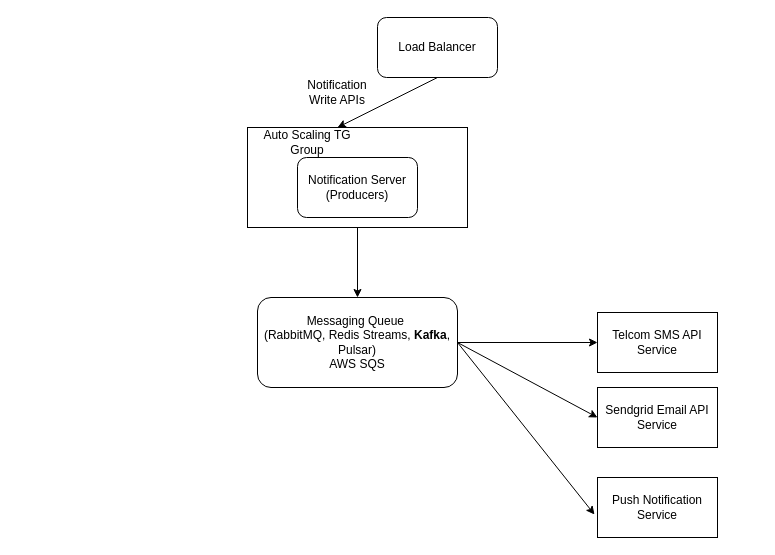
This is Notification Service.drawio from jayanthkmr/architecture-diagrams, a draw.io file, before an edit. Source tidied: cells renumbered, new cells numbered last; positions are measured from the earlier drawing's top-left corner, leaving out a move shared by most shapes. Both pictures are drawn from the tidied source at 100%, with x=0, y=0 at pixel (247, 17).
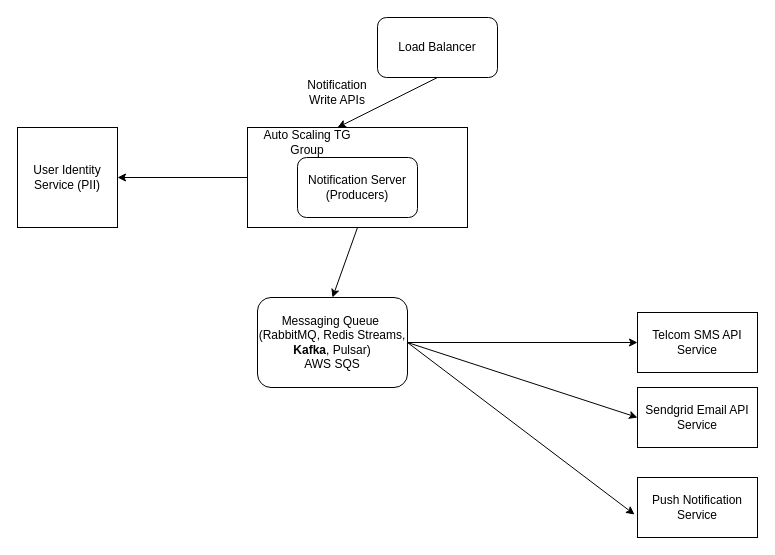
After the change.

Change to the diagram source:
```diff
@@
 <mxGraphModel>
   <root>
     <mxCell id="0" />
     <mxCell id="1" parent="0" />
     <mxCell id="2" value="Load Balancer" style="rounded=1;whiteSpace=wrap;html=1;" parent="1" vertex="1">
       <mxGeometry x="130" width="120" height="60" as="geometry" />
     </mxCell>
     <mxCell id="3" style="rounded=0;whiteSpace=wrap;html=1;" parent="1" vertex="1">
       <mxGeometry y="110" width="220" height="100" as="geometry" />
     </mxCell>
     <mxCell id="4" value="Auto Scaling TG Group" style="text;html=1;strokeColor=none;fillColor=none;align=center;verticalAlign=middle;whiteSpace=wrap;rounded=0;" parent="1" vertex="1">
       <mxGeometry y="110" width="120" height="30" as="geometry" />
     </mxCell>
     <mxCell id="5" value="Notification Server (Producers)" style="rounded=1;whiteSpace=wrap;html=1;" parent="1" vertex="1">
       <mxGeometry x="50" y="140" width="120" height="60" as="geometry" />
     </mxCell>
     <mxCell id="6" value="Messaging Queue&amp;nbsp;&lt;br&gt;(RabbitMQ, Redis Streams, &lt;b&gt;Kafka&lt;/b&gt;, Pulsar)&lt;br&gt;AWS SQS" style="rounded=1;whiteSpace=wrap;html=1;" parent="1" vertex="1">
-      <mxGeometry x="10" y="280" width="200" height="90" as="geometry" />
+      <mxGeometry x="10" y="280" width="150" height="90" as="geometry" />
     </mxCell>
     <mxCell id="7" style="endArrow=classic;html=1;rounded=0;exitX=0.5;exitY=1;exitDx=0;exitDy=0;entryX=0.75;entryY=0;entryDx=0;entryDy=0;" parent="1" edge="1" source="2" target="4">
       <mxGeometry relative="1" as="geometry" />
     </mxCell>
     <mxCell id="8" value="Notification Write APIs" style="text;html=1;strokeColor=none;fillColor=none;align=center;verticalAlign=middle;whiteSpace=wrap;rounded=0;" parent="1" vertex="1">
       <mxGeometry x="60" y="60" width="60" height="30" as="geometry" />
     </mxCell>
     <mxCell id="9" style="endArrow=classic;html=1;rounded=0;exitX=0.5;exitY=1;exitDx=0;exitDy=0;entryX=0.5;entryY=0;entryDx=0;entryDy=0;" parent="1" edge="1" source="3" target="6">
       <mxGeometry relative="1" as="geometry" />
     </mxCell>
     <mxCell id="10" value="Telcom SMS API Service" style="rounded=0;whiteSpace=wrap;html=1;" parent="1" vertex="1">
-      <mxGeometry x="350" y="295" width="120" height="60" as="geometry" />
+      <mxGeometry x="390" y="295" width="120" height="60" as="geometry" />
     </mxCell>
     <mxCell id="11" style="endArrow=classic;html=1;rounded=0;exitX=1;exitY=0.5;exitDx=0;exitDy=0;entryX=0;entryY=0.5;entryDx=0;entryDy=0;" parent="1" edge="1" source="6" target="10">
       <mxGeometry relative="1" as="geometry" />
     </mxCell>
     <mxCell id="12" value="Sendgrid Email API Service" style="rounded=0;whiteSpace=wrap;html=1;" parent="1" vertex="1">
-      <mxGeometry x="350" y="370" width="120" height="60" as="geometry" />
+      <mxGeometry x="390" y="370" width="120" height="60" as="geometry" />
     </mxCell>
     <mxCell id="13" style="endArrow=classic;html=1;rounded=0;exitX=1;exitY=0.5;exitDx=0;exitDy=0;entryX=0;entryY=0.5;entryDx=0;entryDy=0;" parent="1" edge="1" source="6" target="12">
       <mxGeometry relative="1" as="geometry" />
     </mxCell>
     <mxCell id="14" value="Push Notification Service" style="rounded=0;whiteSpace=wrap;html=1;" parent="1" vertex="1">
-      <mxGeometry x="350" y="460" width="120" height="60" as="geometry" />
+      <mxGeometry x="390" y="460" width="120" height="60" as="geometry" />
     </mxCell>
-    <mxCell id="15" style="endArrow=classic;html=1;rounded=0;exitX=1;exitY=0.5;exitDx=0;exitDy=0;entryX=-0.025;entryY=0.617;entryDx=0;entryDy=0;entryPerimeter=0;" parent="1" edge="1" source="6" target="14">
-      <mxGeometry relative="1" as="geometry" />
+    <mxCell id="15" style="endArrow=classic;html=1;rounded=0;entryX=-0.025;entryY=0.617;entryDx=0;entryDy=0;entryPerimeter=0;" parent="1" edge="1" target="14">
+      <mxGeometry relative="1" as="geometry">
+        <mxPoint x="160" y="325" as="sourcePoint" />
+      </mxGeometry>
     </mxCell>
+    <mxCell id="16" value="User Identity Service (PII)" style="whiteSpace=wrap;html=1;" parent="1" vertex="1">
+      <mxGeometry x="-230" y="110" width="100" height="100" as="geometry" />
+    </mxCell>
+    <mxCell id="17" style="endArrow=classic;html=1;rounded=0;exitX=0;exitY=0.5;exitDx=0;exitDy=0;" parent="1" edge="1" source="3">
+      <mxGeometry relative="1" as="geometry">
+        <mxPoint x="-130" y="160" as="targetPoint" />
+      </mxGeometry>
+    </mxCell>
   </root>
 </mxGraphModel>
```
